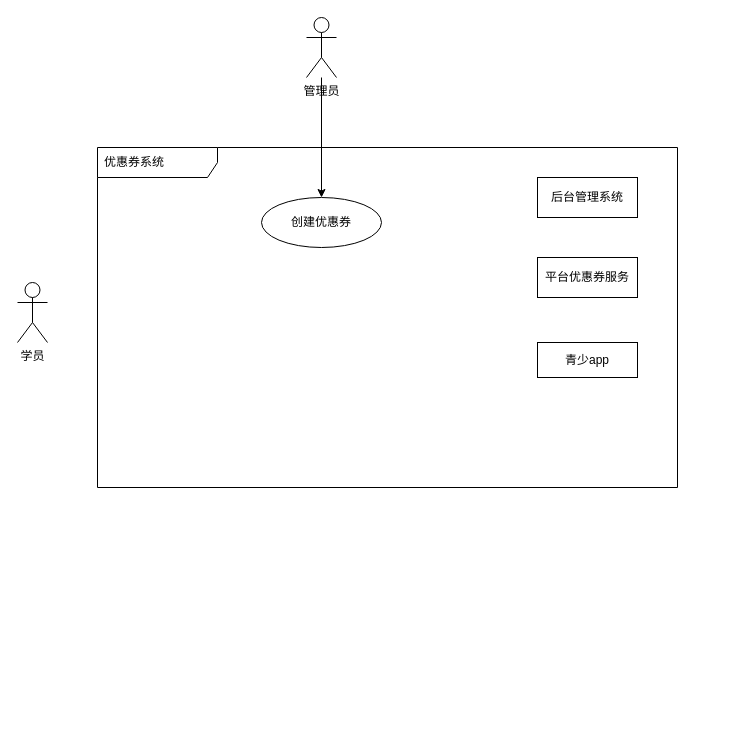
The draw.io diagram Untitled Diagram.drawio in wangxing1613/php-apache-image, before the edit. Source tidied: cells renumbered, new cells numbered last; positions are measured from the earlier drawing's top-left corner, leaving out a move shared by most shapes. Both pictures are drawn from the tidied source at 100%, with x=0, y=0 at pixel (17, 17).
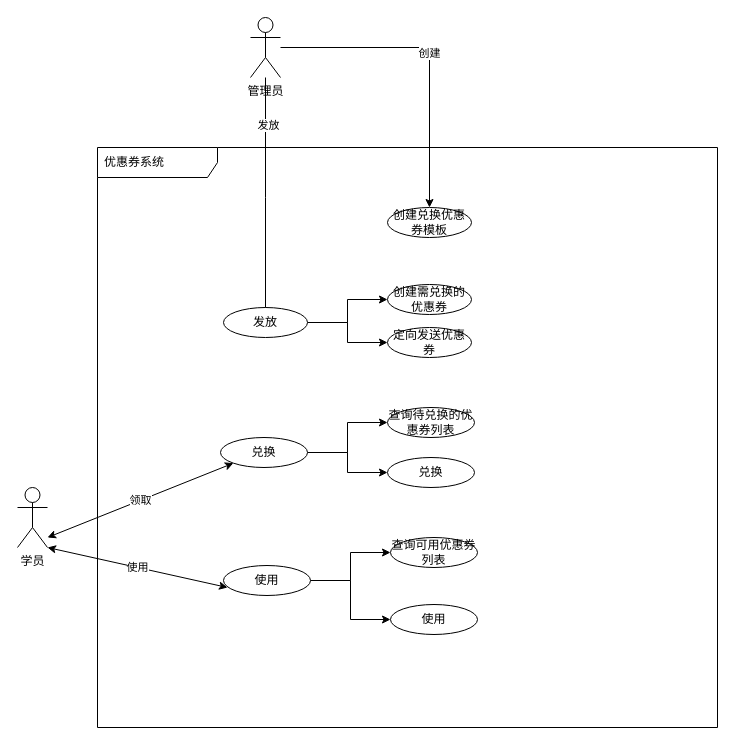
Above is the later version.

Commit message:
兑换类优惠券

Diff of the diagram source:
```diff
@@
-    <mxCell id="2" style="edgeStyle=orthogonalEdgeStyle;rounded=0;jettySize=auto;html=1;" parent="1" edge="1" source="3" target="6">
+    <mxCell id="2" value="创建" style="edgeStyle=orthogonalEdgeStyle;rounded=0;jettySize=auto;html=1;" parent="1" edge="1" source="3" target="6">
       <mxGeometry relative="1" as="geometry" />
     </mxCell>
+    <mxCell id="10" style="edgeStyle=orthogonalEdgeStyle;rounded=0;jettySize=auto;html=1;" parent="1" edge="1" source="3">
+      <mxGeometry relative="1" as="geometry">
+        <mxPoint x="248" y="300" as="targetPoint" />
+      </mxGeometry>
+    </mxCell>
+    <mxCell id="11" value="发放" style="edgeLabel;html=1;align=center;verticalAlign=middle;" parent="10" vertex="1">
+      <mxGeometry x="-0.61" y="2" relative="1" as="geometry" />
+    </mxCell>
     <mxCell id="3" value="管理员" style="shape=umlActor;verticalLabelPosition=bottom;verticalAlign=top;html=1;outlineConnect=0;" parent="1" vertex="1">
-      <mxGeometry x="289" width="30" height="60" as="geometry" />
+      <mxGeometry x="233" width="30" height="60" as="geometry" />
     </mxCell>
     <mxCell id="4" value="优惠券系统" style="shape=umlFrame;whiteSpace=wrap;html=1;width=120;height=30;boundedLbl=1;verticalAlign=middle;align=left;spacingLeft=5;" parent="1" vertex="1">
-      <mxGeometry x="80" y="130" width="580" height="340" as="geometry" />
+      <mxGeometry x="80" y="130" width="620" height="580" as="geometry" />
     </mxCell>
     <mxCell id="5" value="学员" style="shape=umlActor;verticalLabelPosition=bottom;verticalAlign=top;html=1;" parent="1" vertex="1">
-      <mxGeometry y="265" width="30" height="60" as="geometry" />
+      <mxGeometry y="470" width="30" height="60" as="geometry" />
     </mxCell>
-    <mxCell id="6" value="创建优惠券" style="ellipse;whiteSpace=wrap;html=1;" parent="1" vertex="1">
-      <mxGeometry x="244" y="180" width="120" height="50" as="geometry" />
+    <mxCell id="6" value="创建兑换优惠券模板" style="ellipse;whiteSpace=wrap;html=1;" parent="1" vertex="1">
+      <mxGeometry x="370" y="190" width="84" height="30" as="geometry" />
     </mxCell>
-    <mxCell id="7" value="后台管理系统" style="rounded=0;whiteSpace=wrap;html=1;" parent="1" vertex="1">
-      <mxGeometry x="520" y="160" width="100" height="40" as="geometry" />
-    </mxCell>
-    <mxCell id="8" value="平台优惠券服务" style="rounded=0;whiteSpace=wrap;html=1;" parent="1" vertex="1">
-      <mxGeometry x="520" y="240" width="100" height="40" as="geometry" />
-    </mxCell>
-    <mxCell id="9" value="青少app" style="rounded=0;whiteSpace=wrap;html=1;" parent="1" vertex="1">
-      <mxGeometry x="520" y="325" width="100" height="35" as="geometry" />
-    </mxCell>
+    <mxCell id="12" value="创建需兑换的优惠券" style="ellipse;whiteSpace=wrap;html=1;" parent="1" vertex="1">
+      <mxGeometry x="370" y="267" width="84" height="30" as="geometry" />
+    </mxCell>
+    <mxCell id="13" style="edgeStyle=orthogonalEdgeStyle;rounded=0;jettySize=auto;html=1;entryX=0;entryY=0.5;entryDx=0;entryDy=0;" parent="1" edge="1" source="15" target="12">
+      <mxGeometry relative="1" as="geometry" />
+    </mxCell>
+    <mxCell id="14" style="edgeStyle=orthogonalEdgeStyle;rounded=0;jettySize=auto;html=1;" parent="1" edge="1" source="15" target="16">
+      <mxGeometry relative="1" as="geometry" />
+    </mxCell>
+    <mxCell id="15" value="发放" style="ellipse;whiteSpace=wrap;html=1;" parent="1" vertex="1">
+      <mxGeometry x="206" y="290" width="84" height="30" as="geometry" />
+    </mxCell>
+    <mxCell id="16" value="定向发送优惠券" style="ellipse;whiteSpace=wrap;html=1;" parent="1" vertex="1">
+      <mxGeometry x="370" y="310" width="84" height="30" as="geometry" />
+    </mxCell>
+    <mxCell id="17" style="edgeStyle=orthogonalEdgeStyle;rounded=0;jettySize=auto;html=1;" parent="1" edge="1" source="19" target="24">
+      <mxGeometry relative="1" as="geometry" />
+    </mxCell>
+    <mxCell id="18" style="edgeStyle=orthogonalEdgeStyle;rounded=0;jettySize=auto;html=1;entryX=0;entryY=0.5;entryDx=0;entryDy=0;" parent="1" edge="1" source="19" target="25">
+      <mxGeometry relative="1" as="geometry" />
+    </mxCell>
+    <mxCell id="19" value="兑换" style="ellipse;whiteSpace=wrap;html=1;" parent="1" vertex="1">
+      <mxGeometry x="203" y="420" width="87" height="30" as="geometry" />
+    </mxCell>
+    <mxCell id="20" style="edgeStyle=orthogonalEdgeStyle;rounded=0;jettySize=auto;html=1;" parent="1" edge="1" source="22" target="26">
+      <mxGeometry relative="1" as="geometry" />
+    </mxCell>
+    <mxCell id="21" style="edgeStyle=orthogonalEdgeStyle;rounded=0;jettySize=auto;html=1;entryX=0;entryY=0.5;entryDx=0;entryDy=0;" parent="1" edge="1" source="22" target="27">
+      <mxGeometry relative="1" as="geometry" />
+    </mxCell>
+    <mxCell id="22" value="使用" style="ellipse;whiteSpace=wrap;html=1;" parent="1" vertex="1">
+      <mxGeometry x="206" y="548" width="87" height="30" as="geometry" />
+    </mxCell>
+    <mxCell id="23" value="领取" style="endArrow=classic;startArrow=classic;html=1;entryX=0;entryY=1;entryDx=0;entryDy=0;" parent="1" edge="1" target="19">
+      <mxGeometry relative="1" as="geometry">
+        <mxPoint x="30" y="520" as="sourcePoint" />
+      </mxGeometry>
+    </mxCell>
+    <mxCell id="24" value="查询待兑换的优惠券列表" style="ellipse;whiteSpace=wrap;html=1;" parent="1" vertex="1">
+      <mxGeometry x="370" y="390" width="87" height="30" as="geometry" />
+    </mxCell>
+    <mxCell id="25" value="兑换" style="ellipse;whiteSpace=wrap;html=1;" parent="1" vertex="1">
+      <mxGeometry x="370" y="440" width="87" height="30" as="geometry" />
+    </mxCell>
+    <mxCell id="26" value="查询可用优惠券列表" style="ellipse;whiteSpace=wrap;html=1;" parent="1" vertex="1">
+      <mxGeometry x="373" y="520" width="87" height="30" as="geometry" />
+    </mxCell>
+    <mxCell id="27" value="使用" style="ellipse;whiteSpace=wrap;html=1;" parent="1" vertex="1">
+      <mxGeometry x="373" y="587" width="87" height="30" as="geometry" />
+    </mxCell>
+    <mxCell id="28" value="使用" style="endArrow=classic;startArrow=classic;html=1;exitX=1;exitY=1;exitDx=0;exitDy=0;exitPerimeter=0;" parent="1" edge="1" source="5">
+      <mxGeometry relative="1" as="geometry">
+        <mxPoint x="210" y="570" as="targetPoint" />
+      </mxGeometry>
+    </mxCell>
```
